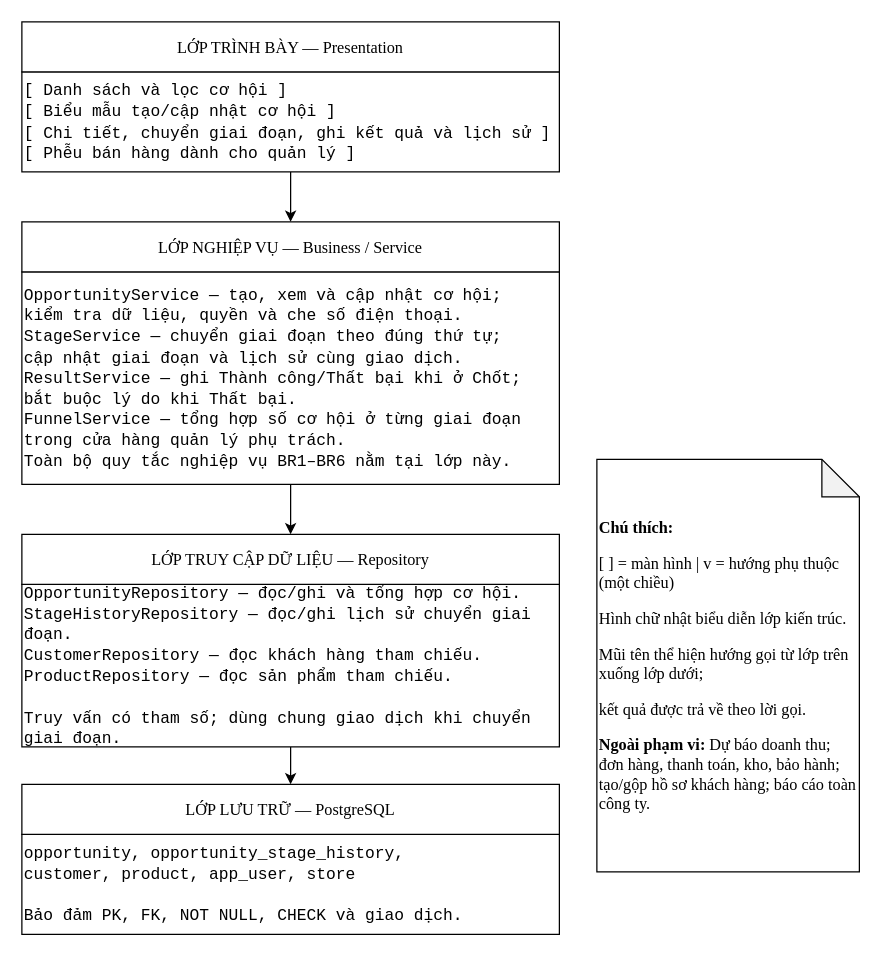
Before: docs/architecture.drawio in Taingo-0712/cdtn1-ngophutai-l3, a draw.io diagram. Source tidied: cells renumbered, new cells numbered last; positions are measured from the earlier drawing's top-left corner, leaving out a move shared by most shapes. Both pictures are drawn from the tidied source at 125%, with x=0, y=0 at pixel (21, 21).
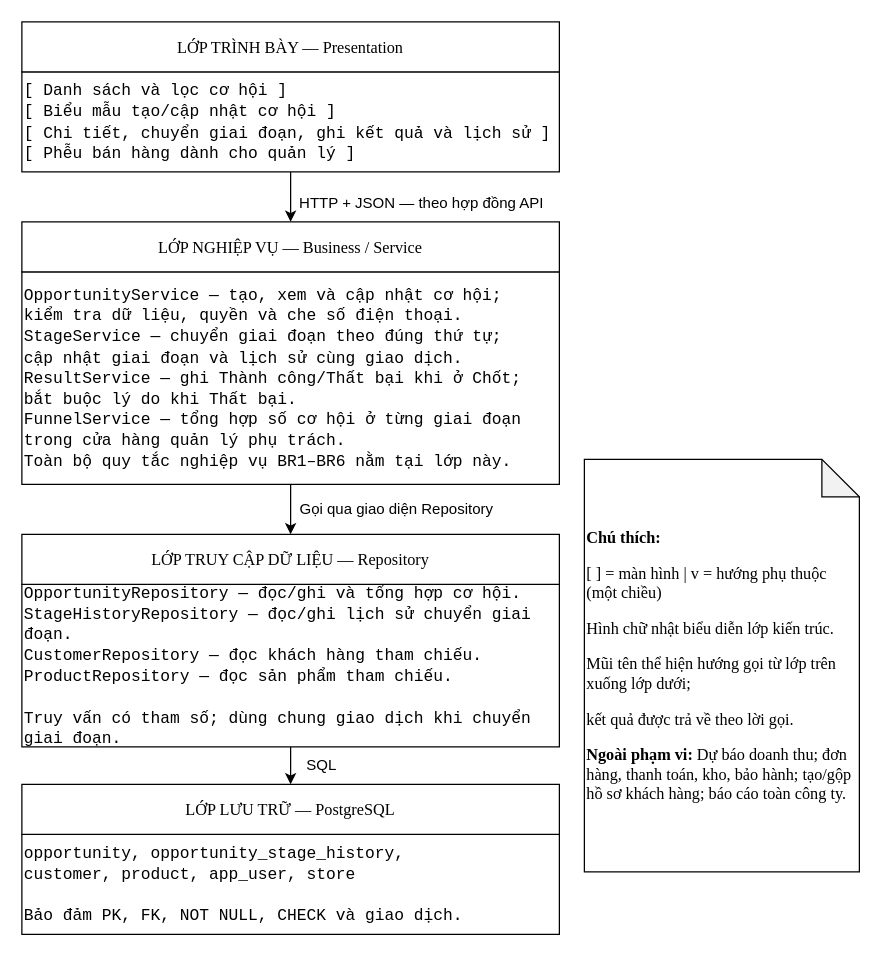
Above is the later version.

Commit message:
docs(usecase): cap nhat so do kien truc cho luong 3

What changed in the source:
```diff
@@
 <mxGraphModel>
   <root>
     <mxCell id="0" />
     <mxCell id="1" parent="0" />
     <mxCell id="2" value="&lt;div dir=&quot;ltr&quot;&gt;&lt;code&gt;[ Danh sách và lọc cơ hội ]&lt;br&gt;[ Biểu mẫu tạo/cập nhật cơ hội ]&lt;br&gt;[ Chi tiết, chuyển giai đoạn, ghi kết quả và lịch sử ]&lt;br&gt;[ Phễu bán hàng dành cho quản lý ]&lt;/code&gt;&lt;/div&gt;" style="rounded=0;whiteSpace=wrap;html=1;align=left;fontFamily=Times New Roman;fontSize=13;" parent="1" vertex="1">
       <mxGeometry y="40" width="430" height="80" as="geometry" />
     </mxCell>
     <mxCell id="3" value="LỚP TRÌNH BÀY — Presentation" style="rounded=0;whiteSpace=wrap;html=1;fontFamily=Times New Roman;fontSize=13;" parent="1" vertex="1">
       <mxGeometry width="430" height="40" as="geometry" />
     </mxCell>
     <mxCell id="4" value="&lt;br&gt;&lt;div dir=&quot;ltr&quot;&gt;&lt;code&gt;OpportunityService — tạo, xem và cập nhật cơ hội;&lt;br&gt;                     kiểm tra dữ liệu, quyền và che số điện thoại.&lt;br&gt;StageService       — chuyển giai đoạn theo đúng thứ tự;&lt;br&gt;                     cập nhật giai đoạn và lịch sử cùng giao dịch.&lt;br&gt;ResultService      — ghi Thành công/Thất bại khi ở Chốt;&lt;br&gt;                     bắt buộc lý do khi Thất bại.&lt;br&gt;FunnelService      — tổng hợp số cơ hội ở từng giai đoạn&lt;br&gt;                     trong cửa hàng quản lý phụ trách.&lt;br&gt;Toàn bộ quy tắc nghiệp vụ BR1–BR6 nằm tại lớp này.&lt;/code&gt;&lt;/div&gt;&lt;div&gt;&lt;br&gt;&lt;/div&gt;" style="rounded=0;whiteSpace=wrap;html=1;align=left;fontFamily=Times New Roman;fontSize=13;" parent="1" vertex="1">
       <mxGeometry y="200" width="430" height="170" as="geometry" />
     </mxCell>
     <mxCell id="5" value="LỚP NGHIỆP VỤ — Business / Service" style="rounded=0;whiteSpace=wrap;html=1;fontFamily=Times New Roman;fontSize=13;" parent="1" vertex="1">
       <mxGeometry y="160" width="430" height="40" as="geometry" />
     </mxCell>
     <mxCell id="6" value="&lt;div dir=&quot;ltr&quot;&gt;&lt;code&gt;OpportunityRepository — đọc/ghi và tổng hợp cơ hội.&lt;br&gt;StageHistoryRepository — đọc/ghi lịch sử chuyển giai đoạn.&lt;br&gt;CustomerRepository — đọc khách hàng tham chiếu.&lt;br&gt;ProductRepository — đọc sản phẩm tham chiếu.&lt;br&gt;&lt;br&gt;Truy vấn có tham số; dùng chung giao dịch khi chuyển giai đoạn.&lt;/code&gt;&lt;/div&gt;" style="rounded=0;whiteSpace=wrap;html=1;align=left;fontFamily=Times New Roman;fontSize=13;" parent="1" vertex="1">
       <mxGeometry y="450" width="430" height="130" as="geometry" />
     </mxCell>
     <mxCell id="7" value="LỚP TRUY CẬP DỮ LIỆU — Repository" style="rounded=0;whiteSpace=wrap;html=1;fontFamily=Times New Roman;fontSize=13;" parent="1" vertex="1">
       <mxGeometry y="410" width="430" height="40" as="geometry" />
     </mxCell>
     <mxCell id="8" value="&lt;div dir=&quot;ltr&quot;&gt;&lt;code&gt;opportunity, opportunity_stage_history,&lt;br&gt;customer, product, app_user, store&lt;br&gt;&lt;br&gt;Bảo đảm PK, FK, NOT NULL, CHECK và giao dịch.&lt;/code&gt;&lt;/div&gt;" style="rounded=0;whiteSpace=wrap;html=1;align=left;fontFamily=Times New Roman;fontSize=13;" parent="1" vertex="1">
       <mxGeometry y="650" width="430" height="80" as="geometry" />
     </mxCell>
     <mxCell id="9" value=" LỚP LƯU TRỮ — PostgreSQL" style="rounded=0;whiteSpace=wrap;html=1;fontFamily=Times New Roman;fontSize=13;" parent="1" vertex="1">
       <mxGeometry y="610" width="430" height="40" as="geometry" />
     </mxCell>
     <mxCell id="10" style="endArrow=classic;html=1;rounded=0;exitX=0.5;exitY=1;exitDx=0;exitDy=0;entryX=0.5;entryY=0;entryDx=0;entryDy=0;fontFamily=Times New Roman;fontSize=13;" parent="1" edge="1" source="2" target="5">
       <mxGeometry relative="1" as="geometry" />
     </mxCell>
     <mxCell id="11" style="endArrow=classic;html=1;rounded=0;exitX=0.5;exitY=1;exitDx=0;exitDy=0;entryX=0.5;entryY=0;entryDx=0;entryDy=0;fontFamily=Times New Roman;fontSize=13;" parent="1" edge="1" source="4" target="7">
       <mxGeometry relative="1" as="geometry" />
     </mxCell>
     <mxCell id="12" value="&lt;p&gt;&lt;span style=&quot;background-color: light-dark(#ffffff, var(--ge-dark-color, #121212));&quot;&gt;&lt;font&gt;&lt;strong&gt;Chú thích:&lt;/strong&gt;&amp;nbsp;&lt;/font&gt;&lt;/span&gt;&lt;/p&gt;&lt;div&gt;&lt;span style=&quot;background-color: light-dark(#ffffff, var(--ge-dark-color, #121212));&quot;&gt;&lt;font style=&quot;color: rgb(0, 0, 0);&quot;&gt;[ ] = màn hình | v = hướng phụ thuộc (một chiều)&lt;/font&gt;&lt;/span&gt;&lt;/div&gt;&lt;p&gt;&lt;font&gt;Hình chữ nhật biểu diễn lớp kiến trúc.&lt;/font&gt;&lt;/p&gt;&lt;p&gt;&lt;font&gt;Mũi tên thể hiện hướng gọi từ lớp trên xuống lớp dưới;&amp;nbsp;&lt;/font&gt;&lt;/p&gt;&lt;p&gt;&lt;font&gt;kết quả được trả về theo lời gọi.&lt;/font&gt;&lt;/p&gt;&lt;p&gt;&lt;font&gt;&lt;strong&gt;Ngoài phạm vi:&lt;/strong&gt; Dự báo doanh thu; đơn hàng, thanh toán, kho, bảo hành; tạo/gộp hồ sơ khách hàng; báo cáo toàn công ty.&lt;/font&gt;&lt;/p&gt;" style="shape=note;whiteSpace=wrap;html=1;backgroundOutline=1;darkOpacity=0.05;align=left;fontSize=13;fontFamily=Times New Roman;" parent="1" vertex="1">
-      <mxGeometry x="460" y="350" width="210" height="330" as="geometry" />
+      <mxGeometry x="450" y="350" width="220" height="330" as="geometry" />
     </mxCell>
     <mxCell id="13" style="endArrow=classic;html=1;rounded=0;exitX=0.5;exitY=1;exitDx=0;exitDy=0;entryX=0.5;entryY=0;entryDx=0;entryDy=0;fontFamily=Times New Roman;fontSize=13;" parent="1" edge="1" source="6" target="9">
       <mxGeometry relative="1" as="geometry" />
     </mxCell>
+    <mxCell id="14" value="SQL" style="text;html=1;align=center;verticalAlign=middle;whiteSpace=wrap;rounded=0;" parent="1" vertex="1">
+      <mxGeometry x="210" y="580" width="60" height="30" as="geometry" />
+    </mxCell>
+    <mxCell id="15" value="Gọi qua giao diện Repository" style="text;html=1;align=center;verticalAlign=middle;whiteSpace=wrap;rounded=0;" parent="1" vertex="1">
+      <mxGeometry x="210" y="375" width="180" height="30" as="geometry" />
+    </mxCell>
+    <mxCell id="16" value="HTTP + JSON — theo hợp đồng API" style="text;html=1;align=center;verticalAlign=middle;whiteSpace=wrap;rounded=0;" parent="1" vertex="1">
+      <mxGeometry x="220" y="130" width="200" height="30" as="geometry" />
+    </mxCell>
   </root>
 </mxGraphModel>
```
